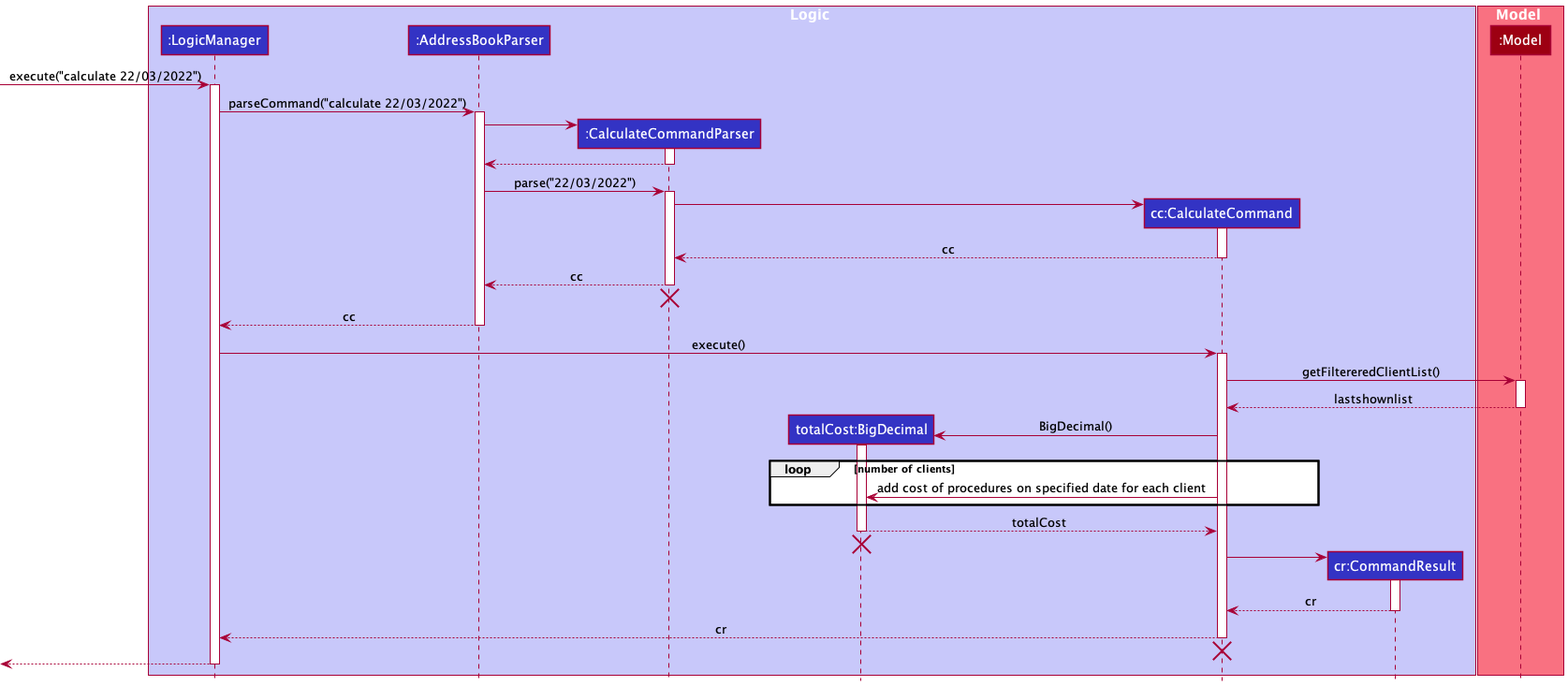
The PlantUML diagram docs/images/CalculateSequenceDiagram.png in robinrojh/tp, before a commit.
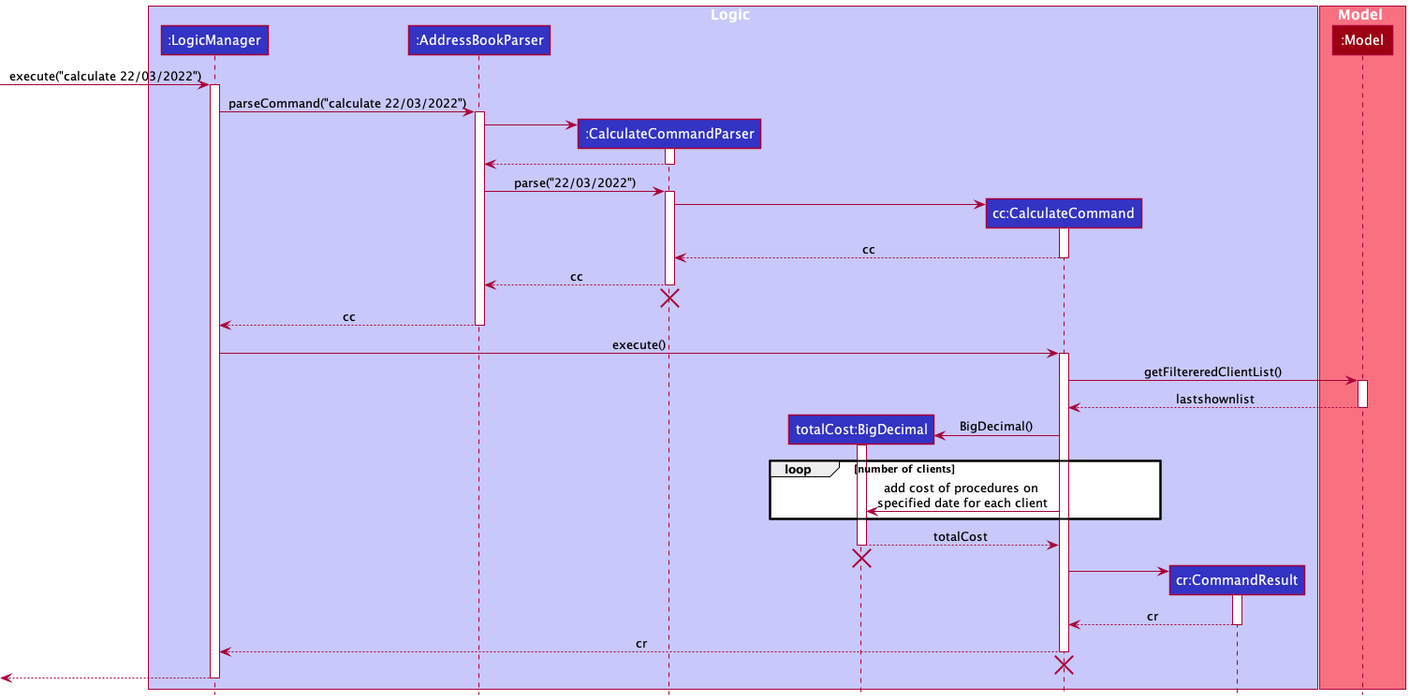
The same file after the commit.

Commit message:
edit the diagram for calculatecommand sequence diagram

Diff of the diagram source:
```diff
@@ -60,7 +60,7 @@
 activate totalCost
 
 loop number of clients
-CalculateCommand -> totalCost : add cost of procedures on specified date for each client
+CalculateCommand -> totalCost : add cost of procedures on \nspecified date for each client
 end
 totalCost --> CalculateCommand : totalCost
 deactivate totalCost
```
